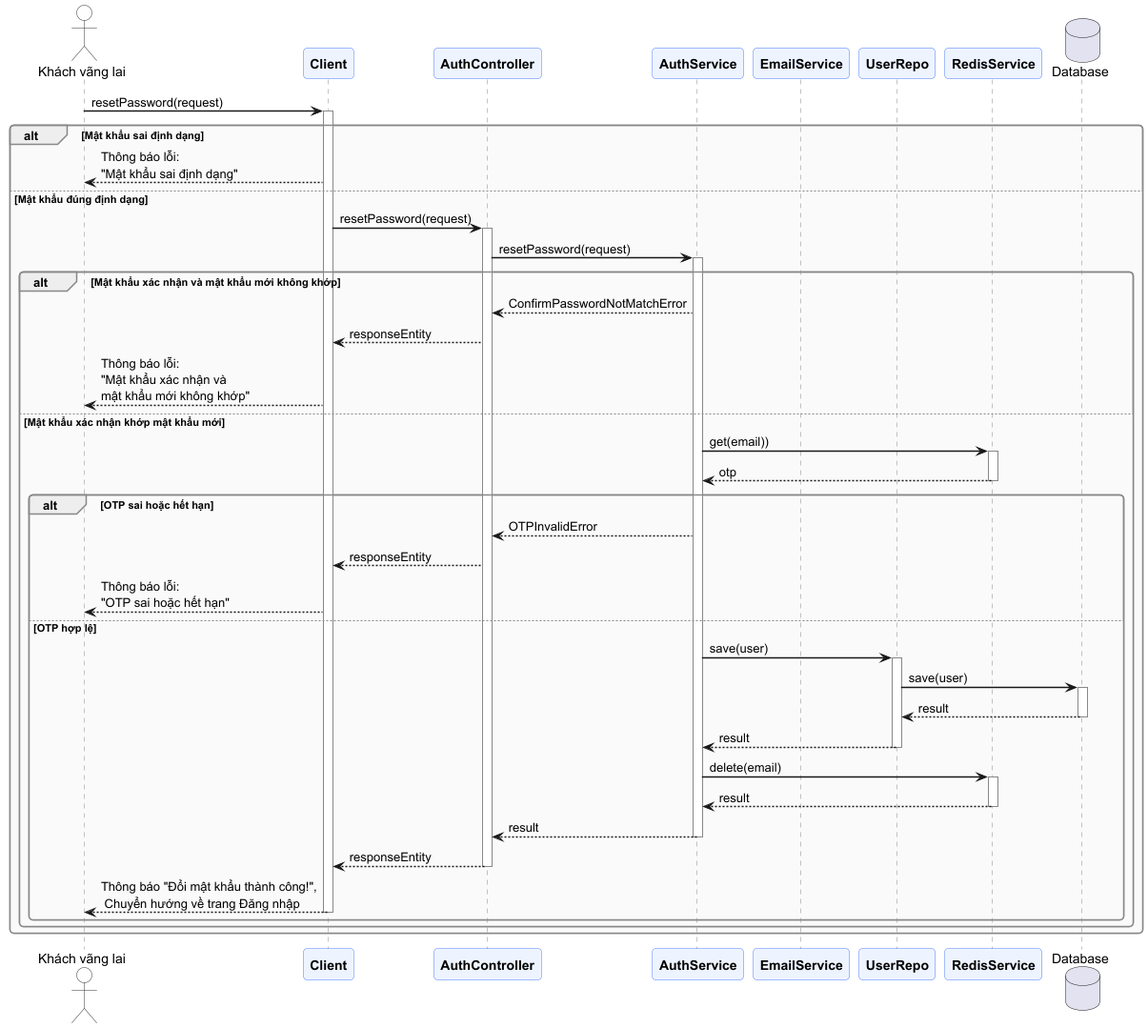
Before: docs/diagrams/sequence-diagram/Reset_Password_Sequence_resetPassword.png, a diagram exported from PlantUML (trantrieuduong/Elingo-Language-Learning-System).
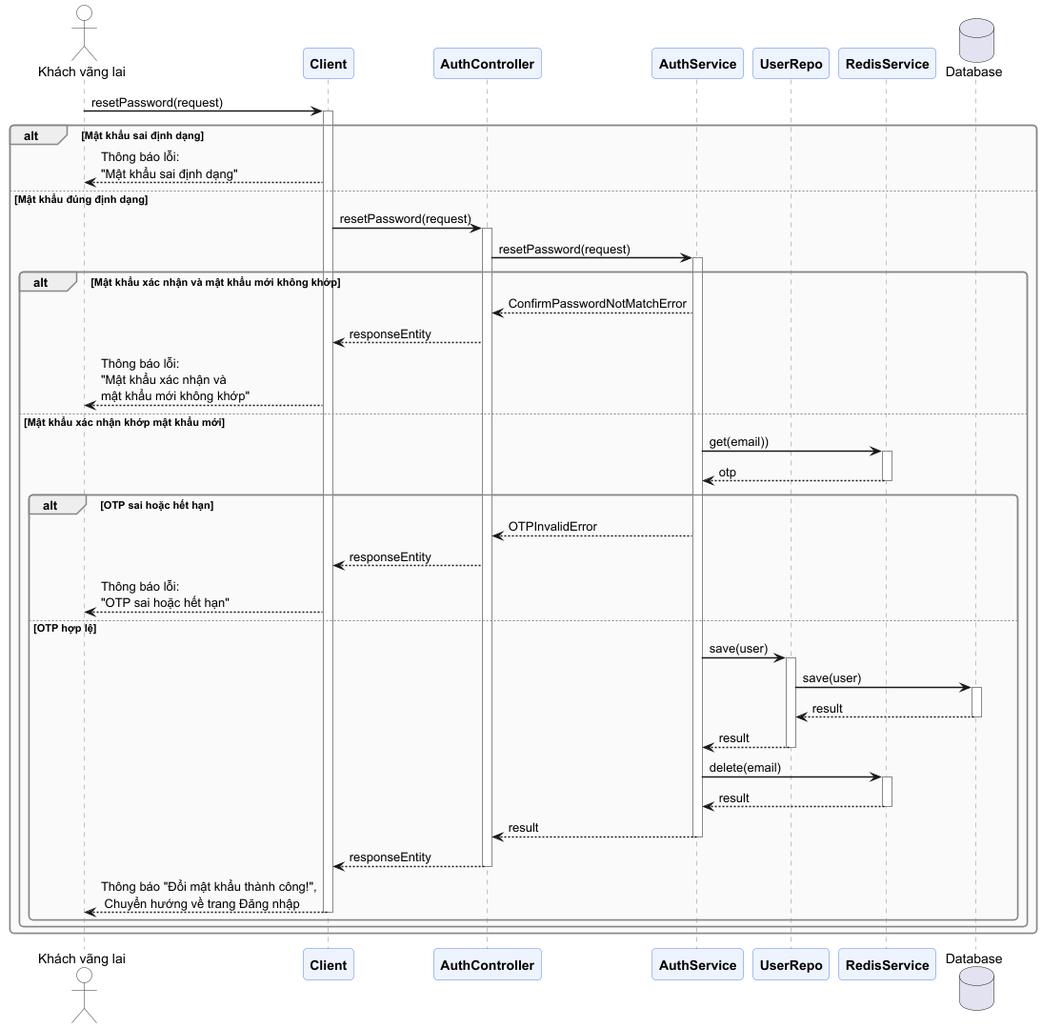
The same file after the commit.

Commit message:
docs(user): update sequence diagrams for update email feature

Change to the diagram source:
```diff
@@ -23,7 +23,6 @@
 participant "Client" as client
 participant "AuthController" as controller
 participant "AuthService" as service
-participant "EmailService" as mailService
 participant "UserRepo" as repo
 participant "RedisService" as redis
 database "Database" as DB
```
